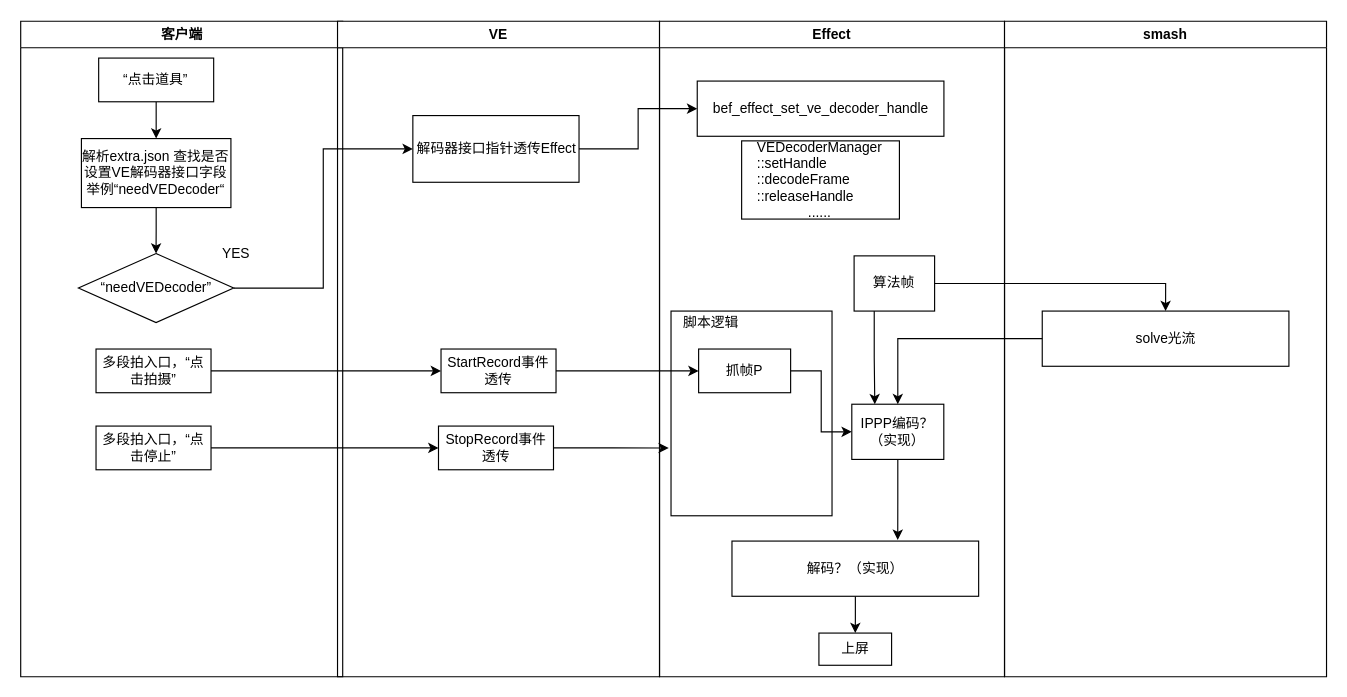
Above: codec.drawio in brucechenssfireinthehole/diagrams (draw.io), before the change. Source tidied: cells renumbered, new cells numbered last; positions are measured from the earlier drawing's top-left corner, leaving out a move shared by most shapes. Both pictures are drawn from the tidied source at 115%, with x=0, y=0 at pixel (20, 21).
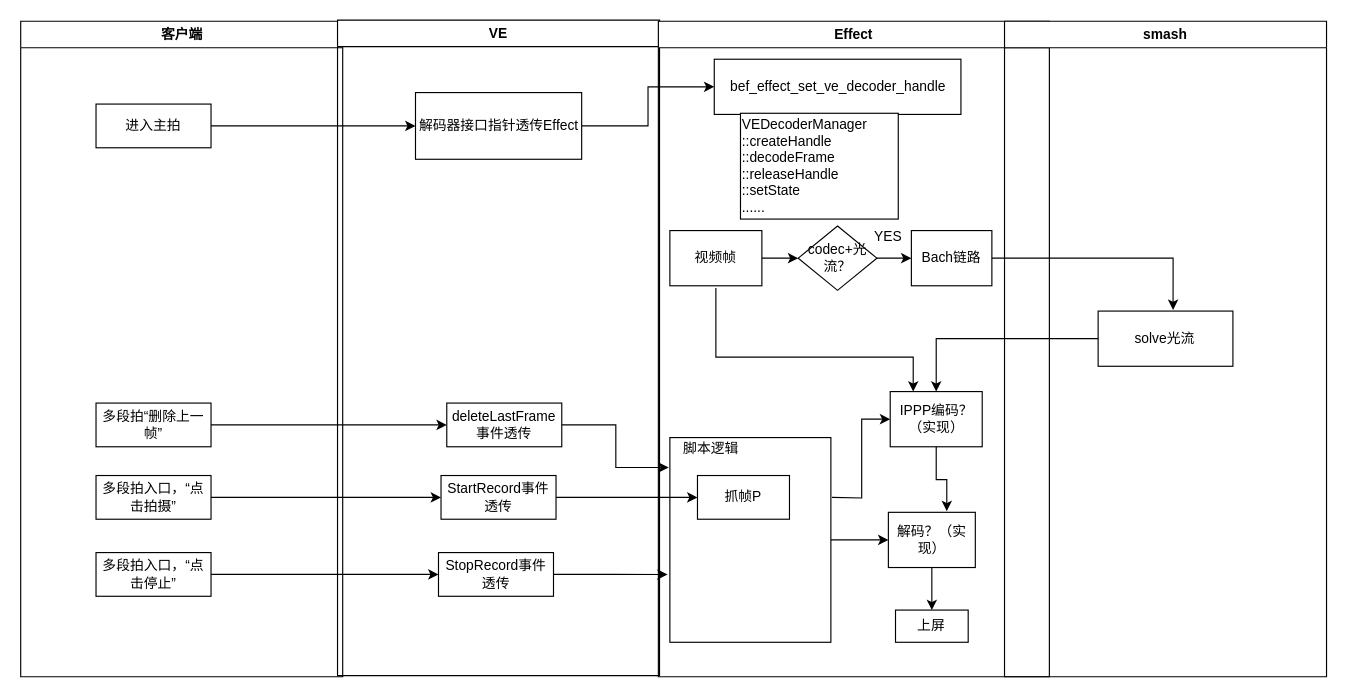
After the change.

The change refers to these unchanged cells:
```xml
<mxCell id="2" value="客户端" style="swimlane;whiteSpace=wrap;" parent="1" vertex="1">
  <mxGeometry x="0.5" width="280" height="570" as="geometry" />
</mxCell>
<mxCell id="28" value="smash" style="swimlane;whiteSpace=wrap;" parent="1" vertex="1">
  <mxGeometry x="856" width="280" height="570" as="geometry" />
</mxCell>
```

Change to the diagram source:
```diff
@@
-    <mxCell id="3" value="解析extra.json 查找是否设置VE解码器接口字段&lt;br&gt;举例“needVEDecoder“" style="rounded=0;whiteSpace=wrap;html=1;" parent="2" vertex="1">
-      <mxGeometry x="52.8" y="102" width="130" height="60" as="geometry" />
-    </mxCell>
-    <mxCell id="4" value="YES" style="text;html=1;strokeColor=none;fillColor=none;align=center;verticalAlign=middle;whiteSpace=wrap;rounded=0;" parent="2" vertex="1">
-      <mxGeometry x="167.8" y="192" width="40" height="20" as="geometry" />
-    </mxCell>
-    <mxCell id="5" style="edgeStyle=orthogonalEdgeStyle;rounded=0;jettySize=auto;html=1;entryX=0.5;entryY=0;entryDx=0;entryDy=0;" parent="2" edge="1" source="6" target="3">
-      <mxGeometry relative="1" as="geometry" />
-    </mxCell>
-    <mxCell id="6" value="“点击道具”" style="rounded=0;whiteSpace=wrap;html=1;" parent="2" vertex="1">
-      <mxGeometry x="67.8" y="32" width="100" height="38" as="geometry" />
+    <mxCell id="6" value="进入主拍" style="rounded=0;whiteSpace=wrap;html=1;" parent="2" vertex="1">
+      <mxGeometry x="65.5" y="72" width="100" height="38" as="geometry" />
     </mxCell>
-    <mxCell id="7" value="“needVEDecoder”" style="rhombus;whiteSpace=wrap;html=1;" parent="2" vertex="1">
-      <mxGeometry x="50.2" y="202" width="135" height="60" as="geometry" />
-    </mxCell>
-    <mxCell id="8" style="edgeStyle=orthogonalEdgeStyle;rounded=0;jettySize=auto;html=1;exitX=0.5;exitY=1;exitDx=0;exitDy=0;" parent="2" edge="1" source="3" target="7">
-      <mxGeometry relative="1" as="geometry" />
-    </mxCell>
     <mxCell id="9" value="多段拍入口，“点击拍摄”" style="rounded=0;whiteSpace=wrap;html=1;" parent="2" vertex="1">
-      <mxGeometry x="65.5" y="285" width="100" height="38" as="geometry" />
+      <mxGeometry x="65.5" y="395" width="100" height="38" as="geometry" />
     </mxCell>
     <mxCell id="10" value="多段拍入口，“点击停止”" style="rounded=0;whiteSpace=wrap;html=1;" parent="2" vertex="1">
-      <mxGeometry x="65.5" y="352" width="100" height="38" as="geometry" />
+      <mxGeometry x="65.5" y="462" width="100" height="38" as="geometry" />
     </mxCell>
+    <mxCell id="39" value="多段拍“删除上一帧”" style="rounded=0;whiteSpace=wrap;html=1;" parent="2" vertex="1">
+      <mxGeometry x="65.5" y="332" width="100" height="38" as="geometry" />
+    </mxCell>
     <mxCell id="11" value="VE" style="swimlane;whiteSpace=wrap;" parent="1" vertex="1">
-      <mxGeometry x="276" width="280" height="570" as="geometry" />
+      <mxGeometry x="276" y="-1" width="280" height="570" as="geometry" />
     </mxCell>
     <mxCell id="12" value="解码器接口指针透传Effect" style="rounded=0;whiteSpace=wrap;html=1;" parent="11" vertex="1">
-      <mxGeometry x="65.5" y="82" width="144.5" height="58" as="geometry" />
+      <mxGeometry x="67.8" y="63" width="144.5" height="58" as="geometry" />
     </mxCell>
     <mxCell id="13" value="StartRecord事件透传" style="rounded=0;whiteSpace=wrap;html=1;" parent="11" vertex="1">
-      <mxGeometry x="90" y="285" width="100" height="38" as="geometry" />
+      <mxGeometry x="90" y="396" width="100" height="38" as="geometry" />
     </mxCell>
     <mxCell id="14" value="StopRecord事件透传" style="rounded=0;whiteSpace=wrap;html=1;" parent="11" vertex="1">
-      <mxGeometry x="87.8" y="352" width="100" height="38" as="geometry" />
+      <mxGeometry x="87.8" y="463" width="100" height="38" as="geometry" />
     </mxCell>
+    <mxCell id="40" value="deleteLastFrame事件透传" style="rounded=0;whiteSpace=wrap;html=1;" parent="11" vertex="1">
+      <mxGeometry x="95" y="333" width="100" height="38" as="geometry" />
+    </mxCell>
     <mxCell id="15" value="Effect" style="swimlane;whiteSpace=wrap;" parent="1" vertex="1">
-      <mxGeometry x="556" width="300" height="570" as="geometry" />
+      <mxGeometry x="555" width="340" height="570" as="geometry" />
     </mxCell>
+    <mxCell id="41" style="edgeStyle=orthogonalEdgeStyle;rounded=0;jettySize=auto;html=1;entryX=0;entryY=0.5;entryDx=0;entryDy=0;" parent="15" edge="1" source="16" target="22">
+      <mxGeometry relative="1" as="geometry" />
+    </mxCell>
     <mxCell id="16" style="rounded=0;whiteSpace=wrap;html=1;" parent="15" vertex="1">
-      <mxGeometry x="10" y="252" width="140" height="178" as="geometry" />
+      <mxGeometry x="10" y="362" width="140" height="178" as="geometry" />
     </mxCell>
     <mxCell id="17" value="bef_effect_set_ve_decoder_handle" style="rounded=0;whiteSpace=wrap;html=1;" parent="15" vertex="1">
-      <mxGeometry x="32.8" y="52" width="214.5" height="48" as="geometry" />
+      <mxGeometry x="48.6" y="33" width="214.5" height="48" as="geometry" />
     </mxCell>
-    <mxCell id="18" style="edgeStyle=orthogonalEdgeStyle;rounded=0;jettySize=auto;html=1;entryX=0.25;entryY=0;entryDx=0;entryDy=0;exitX=0.25;exitY=1;exitDx=0;exitDy=0;" parent="15" edge="1" source="19" target="20">
-      <mxGeometry relative="1" as="geometry" />
+    <mxCell id="18" style="edgeStyle=orthogonalEdgeStyle;rounded=0;jettySize=auto;html=1;entryX=0.25;entryY=0;entryDx=0;entryDy=0;" parent="15" edge="1" target="20">
+      <mxGeometry relative="1" as="geometry">
+        <mxPoint x="50" y="232" as="sourcePoint" />
+        <Array as="points">
+          <mxPoint x="50" y="292" />
+          <mxPoint x="222" y="292" />
+        </Array>
+      </mxGeometry>
     </mxCell>
-    <mxCell id="19" value="算法帧" style="rounded=0;whiteSpace=wrap;html=1;" parent="15" vertex="1">
-      <mxGeometry x="169.2" y="204" width="70" height="48" as="geometry" />
+    <mxCell id="19" value="视频帧" style="rounded=0;whiteSpace=wrap;html=1;" parent="15" vertex="1">
+      <mxGeometry x="10" y="182" width="80" height="48" as="geometry" />
     </mxCell>
     <mxCell id="20" value="IPPP编码？（实现）" style="rounded=0;whiteSpace=wrap;html=1;" parent="15" vertex="1">
-      <mxGeometry x="167.2" y="333" width="80" height="48" as="geometry" />
+      <mxGeometry x="201.6" y="322" width="80" height="48" as="geometry" />
     </mxCell>
@@
     <mxCell id="22" value="解码？（实现）" style="rounded=0;whiteSpace=wrap;html=1;" parent="15" vertex="1">
-      <mxGeometry x="63" y="452" width="214.5" height="48" as="geometry" />
+      <mxGeometry x="200" y="427" width="75.6" height="48" as="geometry" />
     </mxCell>
@@
-    <mxCell id="24" style="edgeStyle=orthogonalEdgeStyle;rounded=0;jettySize=auto;html=1;entryX=0;entryY=0.5;entryDx=0;entryDy=0;" parent="15" edge="1" source="25" target="20">
-      <mxGeometry relative="1" as="geometry" />
+    <mxCell id="24" style="edgeStyle=orthogonalEdgeStyle;rounded=0;jettySize=auto;html=1;entryX=0;entryY=0.5;entryDx=0;entryDy=0;" parent="15" edge="1" target="20">
+      <mxGeometry relative="1" as="geometry">
+        <mxPoint x="151" y="414" as="sourcePoint" />
+      </mxGeometry>
     </mxCell>
     <mxCell id="25" value="抓帧P" style="rounded=0;whiteSpace=wrap;html=1;" parent="15" vertex="1">
-      <mxGeometry x="34" y="285" width="80" height="38" as="geometry" />
+      <mxGeometry x="34" y="395" width="80" height="38" as="geometry" />
     </mxCell>
-    <mxCell id="26" value="VEDecoderManager&lt;br&gt;&lt;div style=&quot;text-align: left&quot;&gt;&lt;span&gt;::setHandle&lt;/span&gt;&lt;/div&gt;&lt;div style=&quot;text-align: left&quot;&gt;&lt;span&gt;::decodeFrame&lt;/span&gt;&lt;/div&gt;&lt;div style=&quot;text-align: left&quot;&gt;&lt;span&gt;::releaseHandle&lt;/span&gt;&lt;/div&gt;......" style="rounded=0;whiteSpace=wrap;html=1;" parent="15" vertex="1">
-      <mxGeometry x="71.4" y="104" width="137.2" height="68" as="geometry" />
+    <mxCell id="26" value="VEDecoderManager&lt;br&gt;&lt;div&gt;&lt;span&gt;::createHandle&lt;/span&gt;&lt;/div&gt;&lt;div&gt;&lt;span&gt;::decodeFrame&lt;/span&gt;&lt;/div&gt;&lt;div&gt;&lt;span&gt;::releaseHandle&lt;/span&gt;&lt;/div&gt;&lt;div&gt;&lt;span&gt;::setState&lt;/span&gt;&lt;/div&gt;......" style="rounded=0;whiteSpace=wrap;html=1;align=left;" parent="15" vertex="1">
+      <mxGeometry x="71.4" y="80" width="137.2" height="92" as="geometry" />
     </mxCell>
     <mxCell id="27" value="上屏" style="rounded=0;whiteSpace=wrap;html=1;" parent="15" vertex="1">
-      <mxGeometry x="138.6" y="532" width="63.2" height="28" as="geometry" />
+      <mxGeometry x="206.2" y="512" width="63.2" height="28" as="geometry" />
     </mxCell>
+    <mxCell id="42" value="Bach链路" style="rounded=0;whiteSpace=wrap;html=1;" parent="15" vertex="1">
+      <mxGeometry x="220" y="182" width="70" height="48" as="geometry" />
+    </mxCell>
+    <mxCell id="32" style="edgeStyle=orthogonalEdgeStyle;rounded=0;jettySize=auto;html=1;entryX=0;entryY=0.5;entryDx=0;entryDy=0;" parent="15" edge="1" source="19" target="44">
+      <mxGeometry relative="1" as="geometry" />
+    </mxCell>
+    <mxCell id="43" style="edgeStyle=orthogonalEdgeStyle;rounded=0;jettySize=auto;html=1;entryX=0;entryY=0.5;entryDx=0;entryDy=0;" parent="15" edge="1" source="44" target="42">
+      <mxGeometry relative="1" as="geometry" />
+    </mxCell>
+    <mxCell id="44" value="codec+光流？" style="rhombus;whiteSpace=wrap;html=1;" parent="15" vertex="1">
+      <mxGeometry x="121.6" y="178" width="68.4" height="56" as="geometry" />
+    </mxCell>
+    <mxCell id="4" value="YES" style="text;html=1;strokeColor=none;fillColor=none;align=center;verticalAlign=middle;whiteSpace=wrap;rounded=0;" parent="15" vertex="1">
+      <mxGeometry x="180" y="178" width="40" height="20" as="geometry" />
+    </mxCell>
@@
     <mxCell id="29" value="solve光流" style="rounded=0;whiteSpace=wrap;html=1;" parent="28" vertex="1">
-      <mxGeometry x="32.8" y="252" width="214.5" height="48" as="geometry" />
+      <mxGeometry x="81.4" y="252" width="117.2" height="48" as="geometry" />
     </mxCell>
-    <mxCell id="30" style="edgeStyle=orthogonalEdgeStyle;rounded=0;jettySize=auto;html=1;entryX=0;entryY=0.5;entryDx=0;entryDy=0;exitX=1;exitY=0.5;exitDx=0;exitDy=0;" parent="1" edge="1" source="7" target="12">
-      <mxGeometry relative="1" as="geometry" />
-    </mxCell>
@@
-    <mxCell id="32" style="edgeStyle=orthogonalEdgeStyle;rounded=0;jettySize=auto;html=1;entryX=0.5;entryY=0;entryDx=0;entryDy=0;" parent="1" edge="1" source="19" target="29">
-      <mxGeometry relative="1" as="geometry" />
-    </mxCell>
@@
     <mxCell id="37" value="脚本逻辑" style="text;html=1;strokeColor=none;fillColor=none;align=center;verticalAlign=middle;whiteSpace=wrap;rounded=0;" parent="1" vertex="1">
-      <mxGeometry x="566" y="252" width="70" height="20" as="geometry" />
+      <mxGeometry x="566" y="362" width="70" height="20" as="geometry" />
     </mxCell>
@@
+    <mxCell id="45" style="edgeStyle=orthogonalEdgeStyle;rounded=0;jettySize=auto;html=1;entryX=0.556;entryY=-0.021;entryDx=0;entryDy=0;entryPerimeter=0;exitX=1;exitY=0.5;exitDx=0;exitDy=0;" parent="1" edge="1" source="42" target="29">
+      <mxGeometry relative="1" as="geometry" />
+    </mxCell>
+    <mxCell id="46" style="edgeStyle=orthogonalEdgeStyle;rounded=0;jettySize=auto;html=1;" parent="1" edge="1" source="6" target="12">
+      <mxGeometry relative="1" as="geometry" />
+    </mxCell>
+    <mxCell id="47" style="edgeStyle=orthogonalEdgeStyle;rounded=0;jettySize=auto;html=1;entryX=0;entryY=0.5;entryDx=0;entryDy=0;" parent="1" edge="1" source="39" target="40">
+      <mxGeometry relative="1" as="geometry" />
+    </mxCell>
+    <mxCell id="48" style="edgeStyle=orthogonalEdgeStyle;rounded=0;jettySize=auto;html=1;entryX=-0.007;entryY=0.146;entryDx=0;entryDy=0;entryPerimeter=0;" parent="1" edge="1" source="40" target="16">
+      <mxGeometry relative="1" as="geometry" />
+    </mxCell>
```
